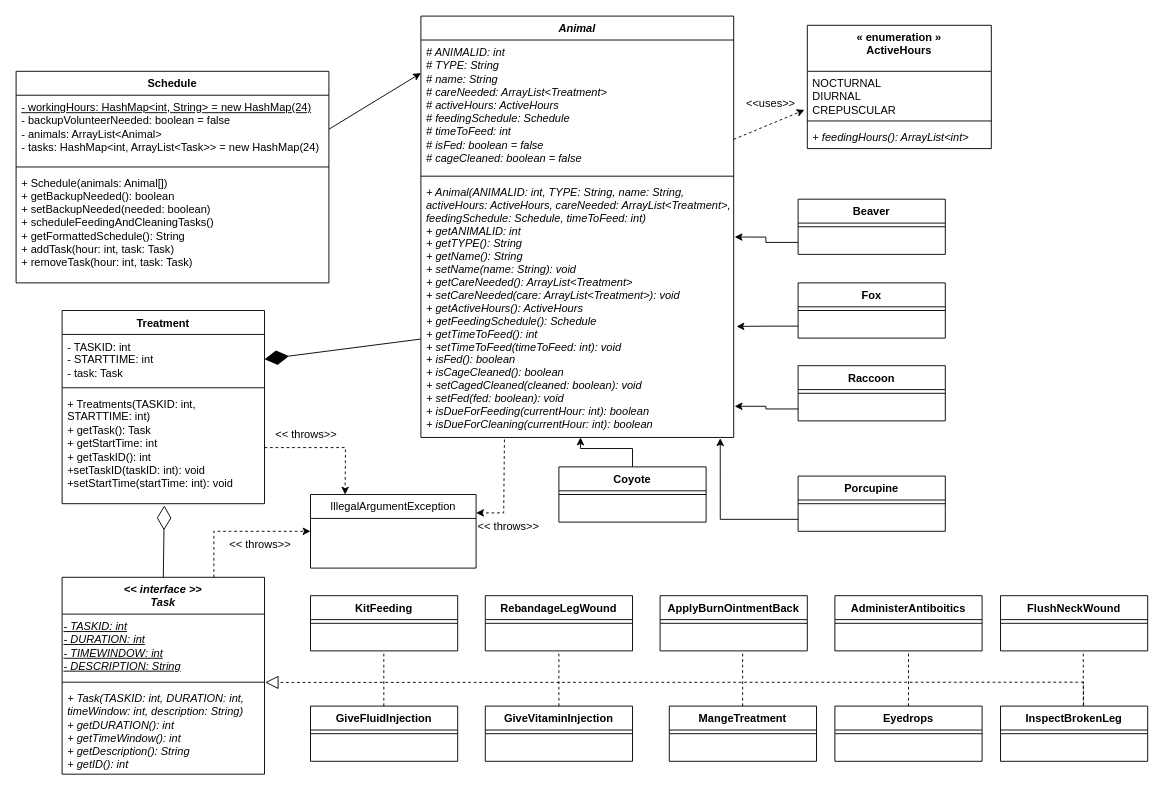
Above: 64.drawio in aryan-karadia/Mock-Schedule-Builder (draw.io), before the change. Source tidied: cells renumbered, new cells numbered last; positions are measured from the earlier drawing's top-left corner, leaving out a move shared by most shapes. Both pictures are drawn from the tidied source at 92%, with x=0, y=0 at pixel (16, 16).
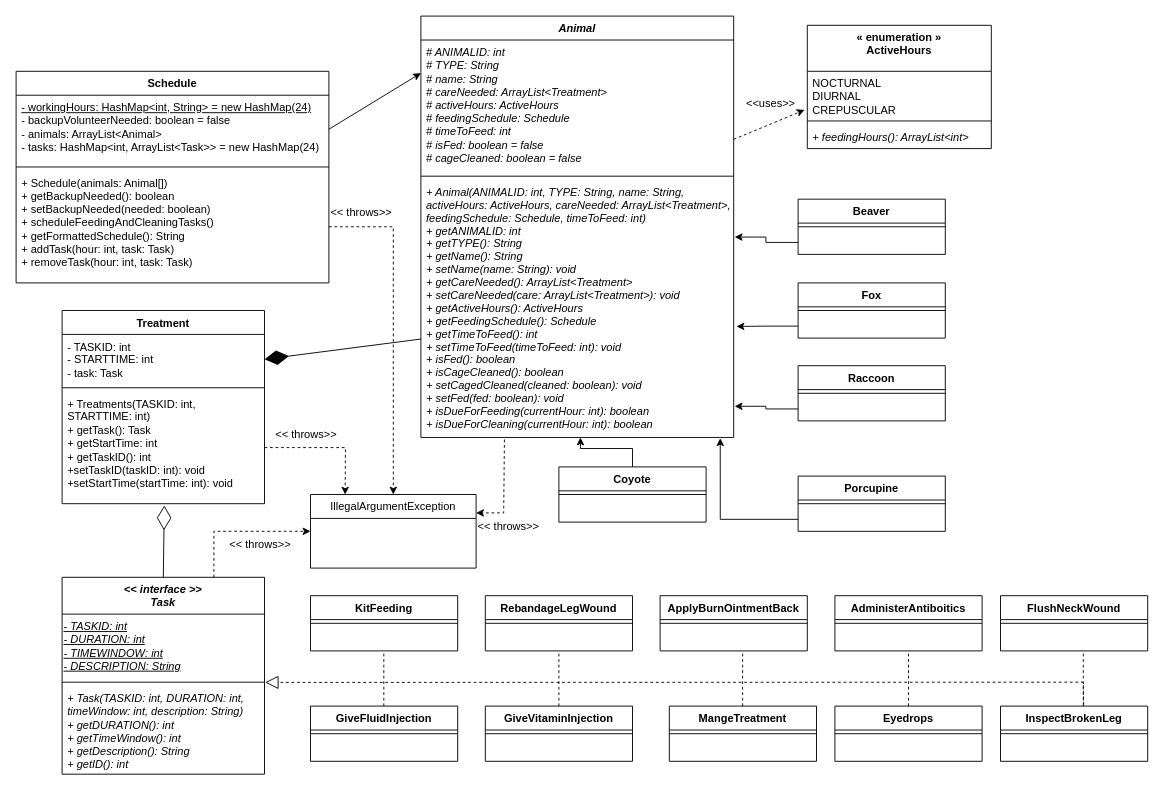
After the change.

Commit message:
Added Schedule throws IllegalArgumentException

Unchanged cells that the change refers to:
```xml
<mxCell id="25" value="+ Schedule(animals: Animal[])&lt;br&gt;+ getBackupNeeded(): boolean&lt;br&gt;+ setBackupNeeded(needed: boolean)&lt;br&gt;+ scheduleFeedingAndCleaningTasks()&lt;br&gt;+ getFormattedSchedule(): String&lt;br&gt;+ addTask(hour: int, task: Task)&lt;br&gt;+ removeTask(hour: int, task: Task)" style="text;strokeColor=none;fillColor=none;align=left;verticalAlign=top;spacingLeft=4;spacingRight=4;overflow=hidden;points=[[0,0.5],[1,0.5]];portConstraint=eastwest;whiteSpace=wrap;html=1;" parent="22" vertex="1">
  <mxGeometry y="108" width="340" height="122" as="geometry" />
</mxCell>
<mxCell id="27" value="IllegalArgumentException" style="swimlane;fontStyle=0;horizontal=1;startSize=26;fillColor=none;whiteSpace=wrap;html=1;" parent="1" vertex="1">
  <mxGeometry x="320" y="520" width="180" height="80" as="geometry" />
</mxCell>
```

The edit, as a diff of the source:
```diff
@@
+    <mxCell id="90" style="html=1;labelBackgroundColor=#ffffff;startArrow=none;startFill=0;startSize=6;endArrow=classic;endFill=1;endSize=6;jettySize=auto;strokeWidth=1;dashed=1;fontSize=14;rounded=0;entryX=0.5;entryY=0;entryDx=0;entryDy=0;exitX=1;exitY=0.5;exitDx=0;exitDy=0;" parent="1" edge="1" source="25" target="27">
+      <mxGeometry relative="1" as="geometry">
+        <Array as="points">
+          <mxPoint x="410" y="229" />
+          <mxPoint x="410" y="480" />
+        </Array>
+      </mxGeometry>
+    </mxCell>
+    <mxCell id="91" value="&amp;lt;&amp;lt; throws&amp;gt;&amp;gt;" style="text;html=1;align=center;verticalAlign=middle;strokeColor=none;fillColor=none;" parent="1" vertex="1">
+      <mxGeometry x="330" y="199" width="90" height="30" as="geometry" />
+    </mxCell>
```
